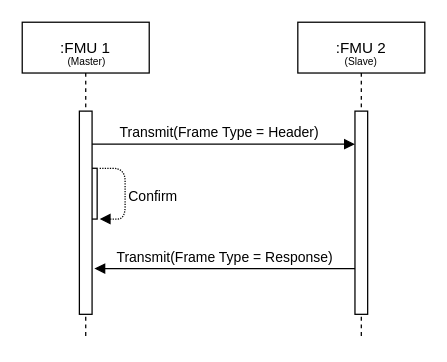
The draw.io diagram docs/images/lin_direct_confirmation.drawio in modelica/fmi-ls-bus, before the edit. Source tidied: cells renumbered, new cells numbered last; positions are measured from the earlier drawing's top-left corner, leaving out a move shared by most shapes. Both pictures are drawn from the tidied source at 127%, with x=0, y=0 at pixel (22, 22).
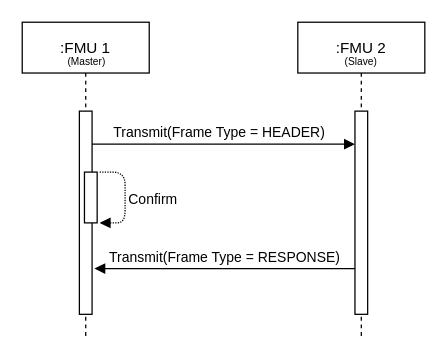
After the change.

Diff of the diagram source:
```diff
@@
 <mxGraphModel>
   <root>
     <mxCell id="0" />
     <mxCell id="1" parent="0" />
-    <mxCell id="2" value="Transmit(Frame Type = Header)" style="verticalAlign=bottom;endArrow=block;entryX=0;entryY=0;shadow=0;strokeWidth=1;" parent="1" edge="1">
+    <mxCell id="2" value="Transmit(Frame Type = HEADER)" style="verticalAlign=bottom;endArrow=block;entryX=0;entryY=0;shadow=0;strokeWidth=1;" parent="1" edge="1">
       <mxGeometry relative="1" as="geometry">
         <mxPoint x="49.5" y="96" as="sourcePoint" />
         <mxPoint x="262" y="96" as="targetPoint" />
       </mxGeometry>
     </mxCell>
     <mxCell id="3" value=":FMU 1" style="shape=umlLifeline;perimeter=lifelinePerimeter;rounded=0;shadow=0;strokeWidth=1;" parent="1" vertex="1">
       <mxGeometry width="100" height="250" as="geometry" />
     </mxCell>
-    <mxCell id="4" style="perimeter=orthogonalPerimeter;rounded=0;shadow=0;strokeWidth=1;" parent="3" vertex="1">
-      <mxGeometry x="49" y="115" width="10" height="40" as="geometry" />
-    </mxCell>
     <mxCell id="5" value="Confirm" style="verticalAlign=bottom;endArrow=block;shadow=0;strokeWidth=1;align=left;spacingRight=1;spacing=3;dashed=1;dashPattern=1 1;" parent="3" edge="1">
       <mxGeometry x="0.3" relative="1" as="geometry">
-        <mxPoint x="61" y="115" as="sourcePoint" />
-        <mxPoint x="61" y="155" as="targetPoint" />
+        <mxPoint x="61" y="118" as="sourcePoint" />
+        <mxPoint x="61" y="158" as="targetPoint" />
         <Array as="points">
-          <mxPoint x="81" y="115" />
-          <mxPoint x="81" y="155" />
+          <mxPoint x="81" y="118" />
+          <mxPoint x="81" y="158" />
         </Array>
       </mxGeometry>
     </mxCell>
     <mxCell id="6" value="(Master)" style="text;html=1;whiteSpace=wrap;strokeColor=none;fillColor=none;align=center;verticalAlign=middle;rounded=0;fontSize=8;" parent="3" vertex="1">
       <mxGeometry x="21" y="15" width="60" height="31" as="geometry" />
     </mxCell>
     <mxCell id="7" style="perimeter=orthogonalPerimeter;rounded=0;shadow=0;strokeWidth=1;" parent="3" vertex="1">
       <mxGeometry x="45" y="70" width="10" height="160" as="geometry" />
     </mxCell>
+    <mxCell id="4" style="perimeter=orthogonalPerimeter;rounded=0;shadow=0;strokeWidth=1;" parent="3" vertex="1">
+      <mxGeometry x="49" y="118" width="10" height="40" as="geometry" />
+    </mxCell>
-    <mxCell id="8" value="Transmit(Frame Type = Response)" style="verticalAlign=bottom;endArrow=none;entryX=0;entryY=0;shadow=0;strokeWidth=1;startArrow=block;startFill=1;exitX=1.177;exitY=0.589;exitDx=0;exitDy=0;exitPerimeter=0;endFill=0;" parent="1" edge="1">
+    <mxCell id="8" value="Transmit(Frame Type = RESPONSE)" style="verticalAlign=bottom;endArrow=none;entryX=0;entryY=0;shadow=0;strokeWidth=1;startArrow=block;startFill=1;exitX=1.177;exitY=0.589;exitDx=0;exitDy=0;exitPerimeter=0;endFill=0;" parent="1" edge="1">
       <mxGeometry relative="1" as="geometry">
         <mxPoint x="56.8" y="194" as="sourcePoint" />
         <mxPoint x="262" y="194" as="targetPoint" />
       </mxGeometry>
     </mxCell>
     <mxCell id="9" value=":FMU 2" style="shape=umlLifeline;perimeter=lifelinePerimeter;rounded=0;shadow=0;strokeWidth=1;" parent="1" vertex="1">
       <mxGeometry x="217" width="100" height="250" as="geometry" />
     </mxCell>
     <mxCell id="10" style="perimeter=orthogonalPerimeter;rounded=0;shadow=0;strokeWidth=1;" parent="9" vertex="1">
       <mxGeometry x="45" y="70" width="10" height="160" as="geometry" />
     </mxCell>
     <mxCell id="11" value="(Slave)" style="text;html=1;whiteSpace=wrap;strokeColor=none;fillColor=none;align=center;verticalAlign=middle;rounded=0;fontSize=8;" parent="9" vertex="1">
       <mxGeometry x="20" y="15" width="60" height="31" as="geometry" />
     </mxCell>
   </root>
 </mxGraphModel>
```
